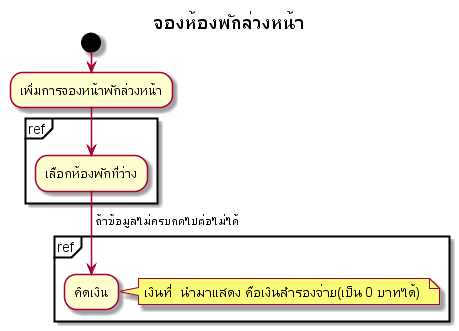
The PlantUML diagram out/activity-diagram/reservation/addreservation/จองห้องพักล่วงหน้า.png in cheat13/Prompiman_Diagram, before a commit.
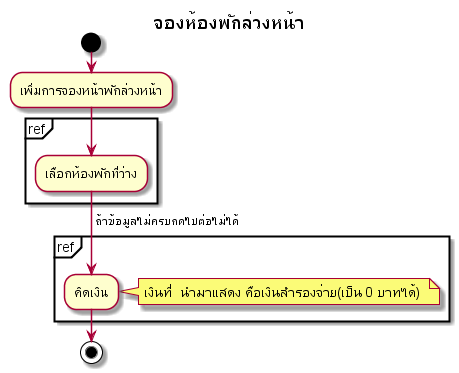
After the commit.

Diff of the diagram source:
```diff
@@ -13,5 +13,5 @@
 note right
 เงินที่  นำมาแสดง คือเงินสำรองจ่าย(เป็น 0 บาทได้)
 end note
-
+stop
 @enduml
```
